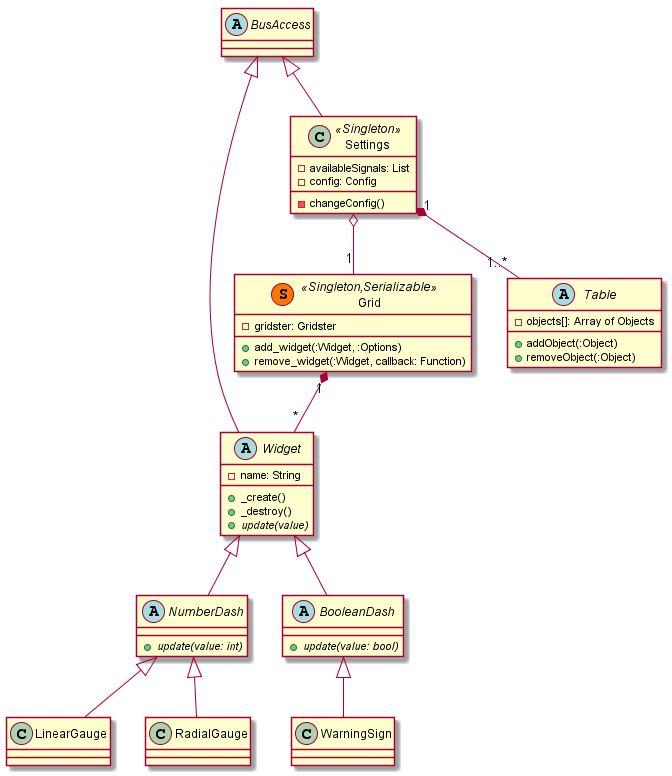
Before: Entwurf/diagrams/UI.png, a diagram exported from PlantUML (uzdry/PSE).
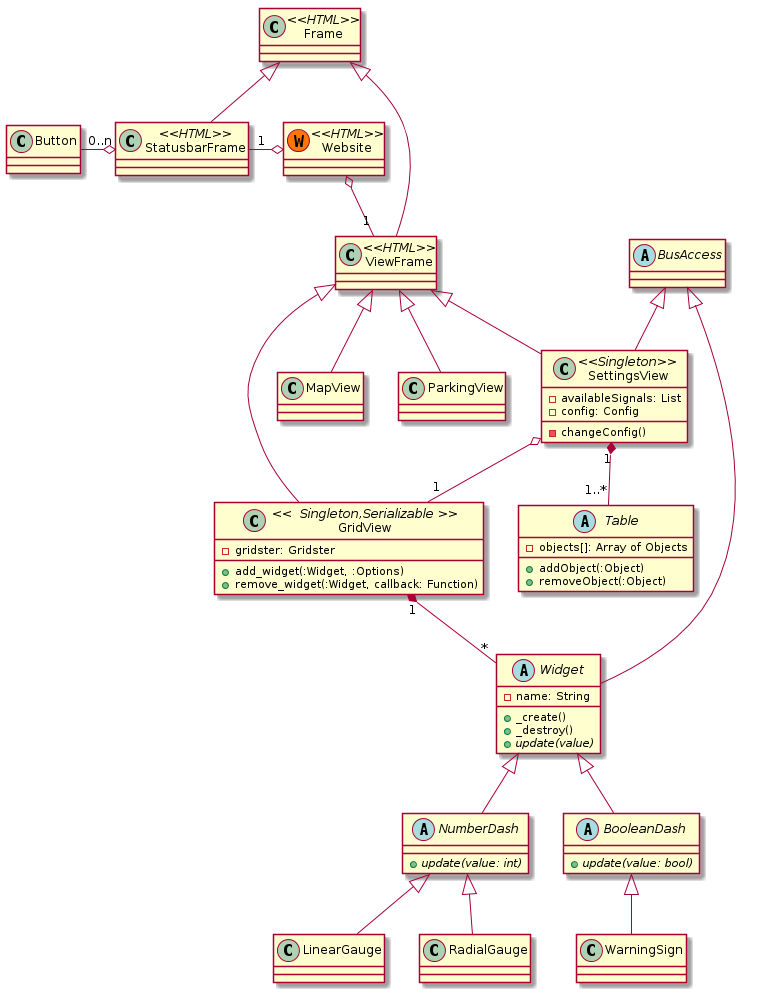
After the change.

What changed in the source:
```diff
@@ -1,7 +1,28 @@
 @startuml
 
 
-Grid "1"*--"*" Widget
+class Website <<(W,#FF7700)HTML>>{
+}
+
+class Frame <<HTML>>{
+}
+
+class StatusbarFrame <<HTML>> extends Frame{
+}
+
+class ViewFrame <<HTML>> extends Frame{
+}
+
+Website o-left-"1" StatusbarFrame
+Website o-down-"1" ViewFrame
+StatusbarFrame o-left-"0..n" Button
+
+
+
+
+
+
+GridView "1"*--"*" Widget
 
 abstract class BusAccess
 
@@ -29,17 +50,17 @@
 class WarningSign extends BooleanDash{
 }
 
-class Grid << (S,#FF7700) Singleton,Serializable >> {
+class GridView <<  Singleton,Serializable >> extends ViewFrame{
     +add_widget(:Widget, :Options)
     +remove_widget(:Widget, callback: Function)
 	-gridster: Gridster
 }
 
 
-Settings "1"*--"1..*" Table
-Settings o--"1" Grid
+SettingsView "1"*--"1..*" Table
+SettingsView o--"1" GridView
 
-class Settings <<Singleton>> extends BusAccess{
+class SettingsView <<Singleton>> extends BusAccess, ViewFrame{
 	-availableSignals: List
 	-config: Config
 	-changeConfig()
@@ -53,6 +74,10 @@
 
 
 
+class MapView extends ViewFrame{
+}
 
+class ParkingView extends ViewFrame{
+}
 
 @enduml
```
